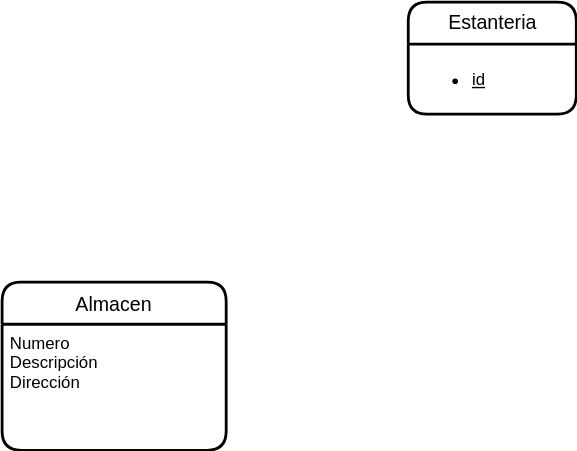
Before: UD12-5.svg, a diagram exported from draw.io (Jimxx22/C3-UD11-UML). Source tidied: cells renumbered, new cells last; positions are measured from the earlier drawing's top-left corner, leaving out a move shared by most shapes.
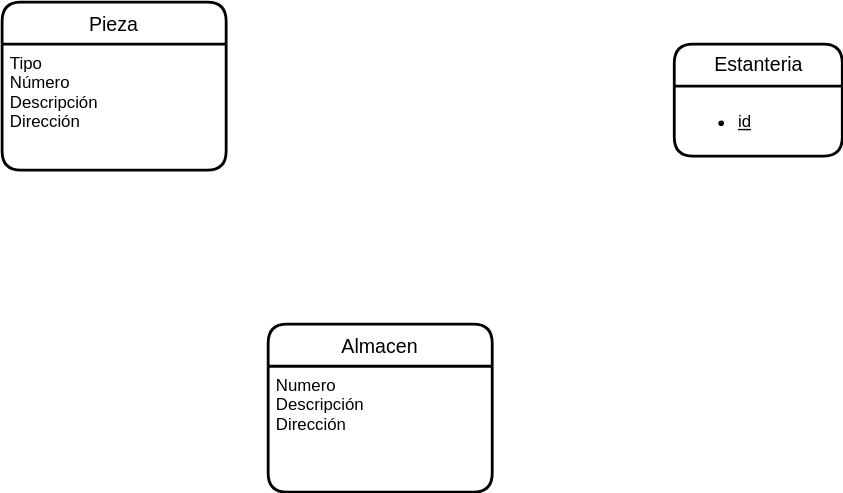
Above is the later version.

Change to the diagram source:
```diff
@@ -2,6 +2,12 @@
   <root>
     <mxCell id="0" />
     <mxCell id="1" parent="0" />
+    <mxCell id="6" value="Pieza" style="swimlane;horizontal=1;startSize=30;rounded=1;fontSize=14;fontStyle=0;strokeWidth=2;shadow=0;dashed=0;align=center;html=0;" parent="1" vertex="1">
+      <mxGeometry x="-190" y="-30" width="160" height="120" as="geometry" />
+    </mxCell>
+    <mxCell id="7" value="Tipo&#10;Número&#10;Descripción&#10;Dirección&#10;" style="align=left;strokeColor=none;fillColor=none;spacingLeft=4;fontSize=12;verticalAlign=top;html=0;" parent="6" vertex="1">
+      <mxGeometry y="30" width="160" height="90" as="geometry" />
+    </mxCell>
     <mxCell id="2" value="Almacen" style="swimlane;horizontal=1;startSize=30;rounded=1;fontSize=14;fontStyle=0;strokeWidth=2;shadow=0;dashed=0;align=center;" parent="1" vertex="1">
       <mxGeometry y="200" width="160" height="120" as="geometry" />
     </mxCell>
```
